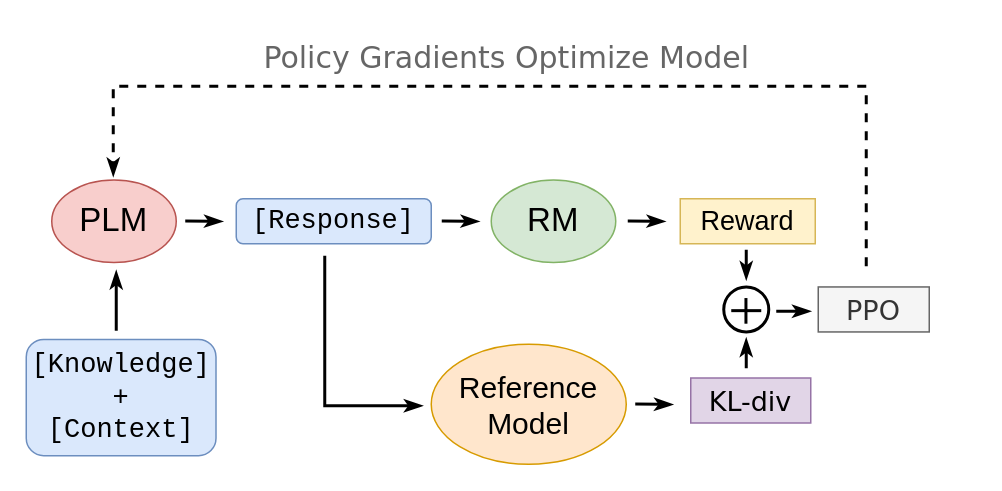
Earlier version of the draw.io diagram figs/rl.drawio (AmourWaltz/FactDial). Source tidied: cells renumbered, new cells numbered last; positions are measured from the earlier drawing's top-left corner, leaving out a move shared by most shapes. Both pictures are drawn from the tidied source at 150%, with x=0, y=0 at pixel (26, 26).
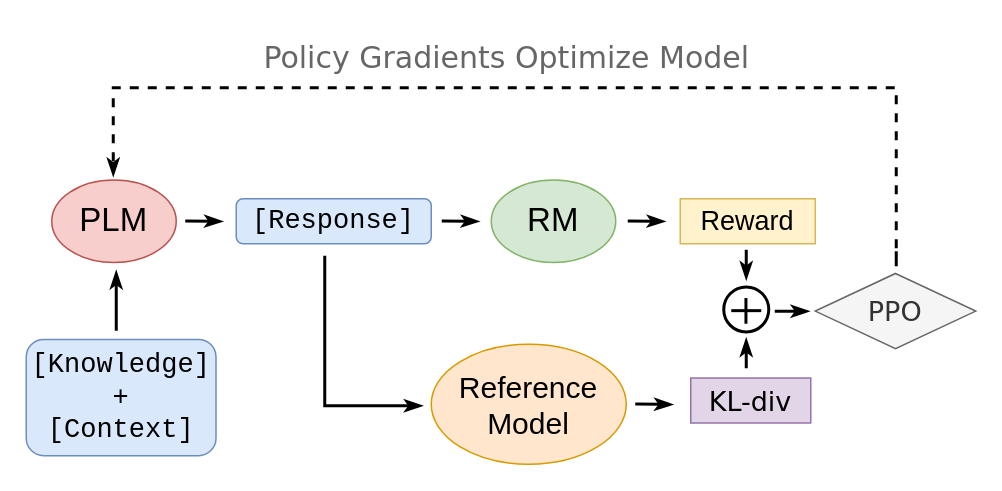
The same page after the edit.

Change to the diagram source:
```diff
@@
     <mxCell id="15" style="endArrow=classicThin;html=1;rounded=0;strokeWidth=2;fontFamily=Verdana;fontStyle=0;endFill=1;edgeStyle=orthogonalEdgeStyle;dashed=1;" parent="1" edge="1">
       <mxGeometry relative="1" as="geometry">
-        <mxPoint x="560" y="160" as="sourcePoint" />
+        <mxPoint x="580" y="150" as="sourcePoint" />
         <mxPoint x="58" y="100" as="targetPoint" />
         <Array as="points">
-          <mxPoint x="560" y="40" />
-          <mxPoint x="58" y="40" />
+          <mxPoint x="580" y="161" />
+          <mxPoint x="580" y="41" />
+          <mxPoint x="58" y="41" />
         </Array>
       </mxGeometry>
     </mxCell>
@@
+    <mxCell id="24" style="endArrow=classicThin;html=1;rounded=0;strokeWidth=2;fontFamily=Verdana;fontStyle=0;endFill=1;" parent="1" edge="1">
+      <mxGeometry relative="1" as="geometry">
+        <mxPoint x="499" y="190" as="sourcePoint" />
+        <mxPoint x="522" y="190" as="targetPoint" />
+      </mxGeometry>
+    </mxCell>
-    <mxCell id="23" value="&lt;font style=&quot;font-size: 18px;&quot;&gt;PPO&lt;/font&gt;" style="rounded=0;whiteSpace=wrap;html=1;fillColor=#f5f5f5;strokeColor=#666666;fontFamily=Verdana;fontStyle=0;fontColor=#333333;" parent="1" vertex="1">
-      <mxGeometry x="528" y="173.8" width="74" height="30" as="geometry" />
+    <mxCell id="23" value="&lt;font face=&quot;Verdana&quot; style=&quot;font-size: 18px;&quot;&gt;PPO&lt;/font&gt;" style="rhombus;whiteSpace=wrap;html=1;fillColor=#f5f5f5;fontColor=#333333;strokeColor=#666666;" parent="1" vertex="1">
+      <mxGeometry x="526" y="164.8" width="107" height="50.2" as="geometry" />
     </mxCell>
-    <mxCell id="24" style="endArrow=classicThin;html=1;rounded=0;strokeWidth=2;fontFamily=Verdana;fontStyle=0;endFill=1;" parent="1" edge="1">
-      <mxGeometry relative="1" as="geometry">
-        <mxPoint x="500" y="190" as="sourcePoint" />
-        <mxPoint x="523" y="190" as="targetPoint" />
-      </mxGeometry>
-    </mxCell>
```
